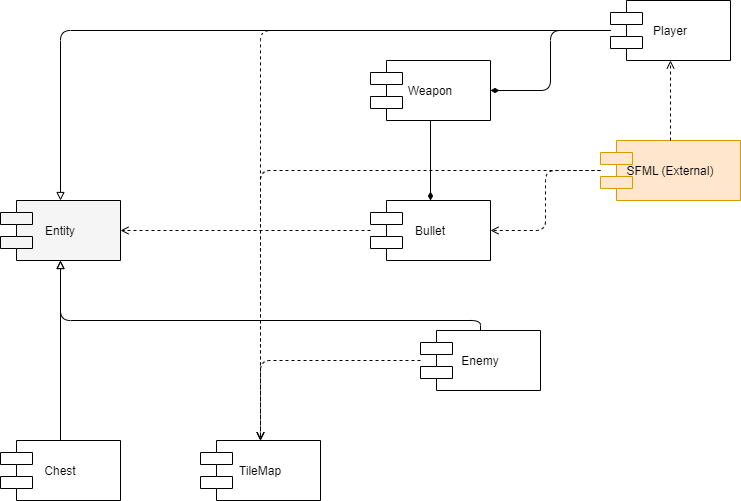
MaximTetuchin/CPP_Game keeps this draw.io diagram as requirements/component diagram/component diagram.png. Above is the earlier version. Source tidied: cells renumbered, new cells last; positions are measured from the earlier drawing's top-left corner, leaving out a move shared by most shapes.
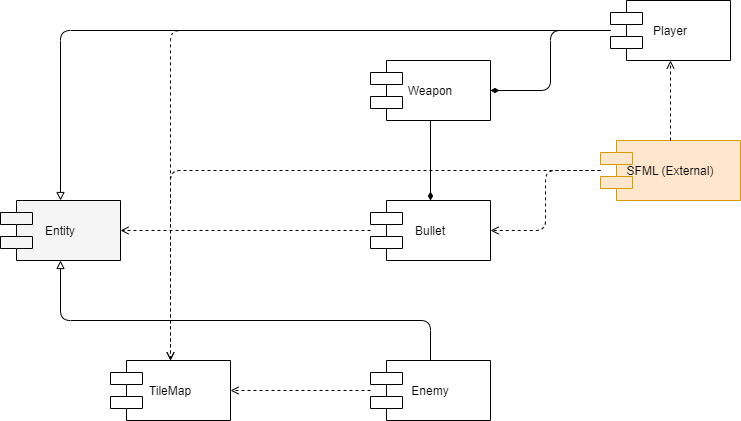
Above is the later version.

Commit message:
updated req. diagrams

Change to the diagram source:
```diff
@@ -15,13 +15,10 @@
       <mxGeometry x="370" y="200" width="120" height="60" as="geometry" />
     </mxCell>
     <mxCell id="6" value="Enemy" style="shape=component;" parent="1" vertex="1">
-      <mxGeometry x="420" y="330" width="120" height="60" as="geometry" />
+      <mxGeometry x="370" y="360" width="120" height="60" as="geometry" />
     </mxCell>
-    <mxCell id="7" value="Chest" style="shape=component;" parent="1" vertex="1">
-      <mxGeometry y="440" width="120" height="60" as="geometry" />
-    </mxCell>
     <mxCell id="8" value="TileMap" style="shape=component;" parent="1" vertex="1">
-      <mxGeometry x="200" y="440" width="120" height="60" as="geometry" />
+      <mxGeometry x="110" y="360" width="120" height="60" as="geometry" />
     </mxCell>
     <mxCell id="9" value="SFML (External)" style="shape=component;fillColor=#ffe6cc;strokeColor=#d79b00;" parent="1" vertex="1">
       <mxGeometry x="600" y="140" width="140" height="60" as="geometry" />
@@ -36,9 +33,6 @@
         </Array>
       </mxGeometry>
     </mxCell>
-    <mxCell id="12" style="edgeStyle=orthogonalEdgeStyle;curved=0;endArrow=block;endFill=0;dashed=0;" parent="1" edge="1" source="7" target="2">
-      <mxGeometry relative="1" as="geometry" />
-    </mxCell>
     <mxCell id="13" style="edgeStyle=orthogonalEdgeStyle;curved=0;endArrow=diamondThin;endFill=1;startArrow=none;dashed=0;" parent="1" edge="1" source="3" target="4">
       <mxGeometry relative="1" as="geometry" />
     </mxCell>
```
